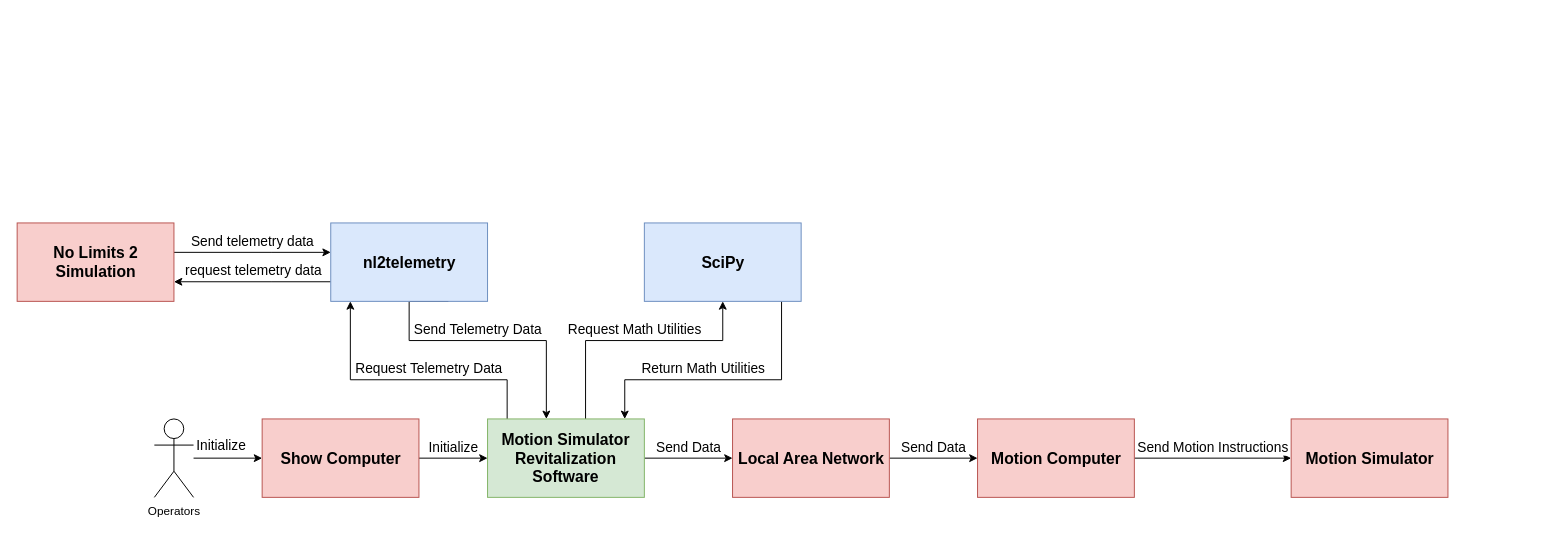
The draw.io diagram page "Context" (4 of 5) of diagrams/SrProject.drawio in sb4249/sb4249.github.io, before the edit. Source tidied: cells renumbered, new cells numbered last; positions are measured from the earlier drawing's top-left corner, leaving out a move shared by most shapes. Both pictures are drawn from the tidied source at 98%, with x=0, y=0 at pixel (17, 222).
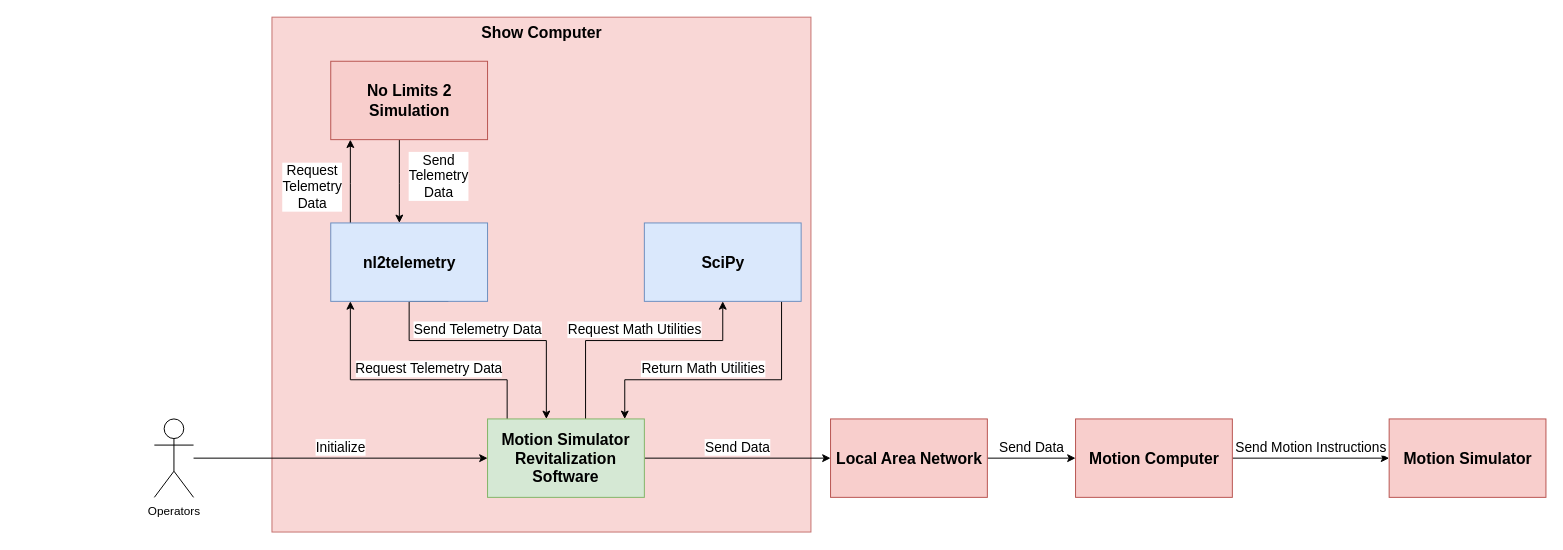
The same diagram, later.

The change refers to these unchanged cells:
```xml
<mxCell id="5" value="&lt;font style=&quot;font-size: 16px;&quot;&gt;Motion Simulator Revitalization Software&lt;/font&gt;" style="rounded=0;whiteSpace=wrap;html=1;fontStyle=1;fillColor=#d5e8d4;strokeColor=#82b366;" parent="1" vertex="1">
  <mxGeometry x="480" y="200" width="160" height="80" as="geometry" />
</mxCell>
<mxCell id="9" value="&lt;b&gt;nl2telemetry&lt;/b&gt;" style="html=1;strokeColor=#6c8ebf;strokeWidth=1;fontSize=16;fillColor=#dae8fc;" parent="1" vertex="1">
  <mxGeometry x="320" width="160" height="80" as="geometry" />
</mxCell>
<mxCell id="19" value="Operators" style="shape=umlActor;verticalLabelPosition=bottom;verticalAlign=top;html=1;outlineConnect=0;" parent="1" vertex="1">
  <mxGeometry x="140" y="200" width="40" height="80" as="geometry" />
</mxCell>
```

Diff of the diagram source:
```diff
@@
+    <mxCell id="13" value="&lt;b&gt;Show Computer&lt;/b&gt;" style="html=1;strokeColor=#b85450;strokeWidth=1;fontSize=16;fillColor=#f8cecc;verticalAlign=top;opacity=80;" parent="1" vertex="1">
+      <mxGeometry x="260" y="-210" width="550" height="525.4" as="geometry" />
+    </mxCell>
@@
     <mxCell id="6" style="edgeStyle=orthogonalEdgeStyle;rounded=0;jettySize=auto;html=1;verticalAlign=bottom;fontSize=14;" parent="1" edge="1" source="9" target="21">
       <mxGeometry relative="1" as="geometry">
         <Array as="points">
-          <mxPoint x="260" y="60" />
-          <mxPoint x="260" y="60" />
+          <mxPoint x="340" y="-40" />
+          <mxPoint x="340" y="-40" />
         </Array>
       </mxGeometry>
     </mxCell>
-    <mxCell id="7" value="request telemetry data" style="edgeLabel;html=1;align=center;verticalAlign=bottom;fontSize=14;" parent="6" vertex="1">
-      <mxGeometry y="2" relative="1" as="geometry">
-        <mxPoint y="-3" as="offset" />
-      </mxGeometry>
-    </mxCell>
+    <mxCell id="24" value="Request&lt;br&gt;Telemetry&lt;br&gt;Data" style="edgeLabel;html=1;align=center;verticalAlign=bottom;fontSize=14;" parent="6" vertex="1">
+      <mxGeometry y="2" relative="1" as="geometry">
+        <mxPoint x="-38" y="33" as="offset" />
+      </mxGeometry>
+    </mxCell>
@@
-    <mxCell id="12" value="Initialize" style="edgeStyle=orthogonalEdgeStyle;rounded=0;jettySize=auto;html=1;verticalAlign=bottom;fontSize=14;" parent="1" edge="1" source="13" target="5">
+    <mxCell id="12" value="Initialize" style="edgeStyle=orthogonalEdgeStyle;rounded=0;jettySize=auto;html=1;verticalAlign=bottom;fontSize=14;" parent="1" edge="1" source="19" target="5">
       <mxGeometry relative="1" as="geometry" />
     </mxCell>
-    <mxCell id="13" value="&lt;b&gt;Show Computer&lt;/b&gt;" style="html=1;strokeColor=#b85450;strokeWidth=1;fontSize=16;fillColor=#f8cecc;" parent="1" vertex="1">
-      <mxGeometry x="250" y="200" width="160" height="80" as="geometry" />
-    </mxCell>
@@
     <mxCell id="15" value="&lt;b&gt;Motion Computer&lt;/b&gt;" style="html=1;strokeColor=#b85450;strokeWidth=1;fontSize=16;fillColor=#f8cecc;" parent="1" vertex="1">
-      <mxGeometry x="980" y="200" width="160" height="80" as="geometry" />
+      <mxGeometry x="1080" y="200" width="160" height="80" as="geometry" />
     </mxCell>
     <mxCell id="16" value="&lt;b&gt;Motion Simulator&lt;/b&gt;" style="html=1;strokeColor=#b85450;strokeWidth=1;fontSize=16;fillColor=#f8cecc;" parent="1" vertex="1">
-      <mxGeometry x="1300" y="200" width="160" height="80" as="geometry" />
+      <mxGeometry x="1400" y="200" width="160" height="80" as="geometry" />
     </mxCell>
-    <mxCell id="17" style="edgeStyle=orthogonalEdgeStyle;rounded=0;jettySize=auto;html=1;verticalAlign=bottom;fontSize=14;" parent="1" edge="1" source="19" target="13">
-      <mxGeometry relative="1" as="geometry" />
-    </mxCell>
-    <mxCell id="18" value="Initialize" style="edgeLabel;html=1;align=center;verticalAlign=bottom;fontSize=14;" parent="17" vertex="1">
-      <mxGeometry x="-0.23" y="3" relative="1" as="geometry" />
-    </mxCell>
@@
-    <mxCell id="20" value="Send telemetry data" style="edgeStyle=orthogonalEdgeStyle;rounded=0;jettySize=auto;html=1;verticalAlign=bottom;fontSize=14;" parent="1" edge="1" source="21" target="9">
-      <mxGeometry relative="1" as="geometry">
+    <mxCell id="20" value="Send&lt;br&gt;Telemetry &lt;br&gt;Data" style="edgeStyle=orthogonalEdgeStyle;rounded=0;jettySize=auto;html=1;verticalAlign=bottom;fontSize=14;" parent="1" edge="1" source="21" target="9">
+      <mxGeometry x="0.53" y="40" relative="1" as="geometry">
         <Array as="points">
-          <mxPoint x="260" y="30" />
-          <mxPoint x="260" y="30" />
+          <mxPoint x="390" y="-40" />
+          <mxPoint x="390" y="-40" />
         </Array>
       </mxGeometry>
     </mxCell>
     <mxCell id="21" value="&lt;b&gt;No Limits 2 &lt;br&gt;Simulation&lt;br&gt;&lt;/b&gt;" style="html=1;strokeColor=#b85450;strokeWidth=1;fontSize=16;fillColor=#f8cecc;" parent="1" vertex="1">
-      <mxGeometry width="160" height="80" as="geometry" />
+      <mxGeometry x="320" y="-165" width="160" height="80" as="geometry" />
     </mxCell>
@@
     <mxCell id="23" value="&lt;b&gt;Local Area Network&lt;/b&gt;" style="html=1;strokeColor=#b85450;strokeWidth=1;fontSize=16;fillColor=#f8cecc;" parent="1" vertex="1">
-      <mxGeometry x="730" y="200" width="160" height="80" as="geometry" />
+      <mxGeometry x="830" y="200" width="160" height="80" as="geometry" />
     </mxCell>
```
